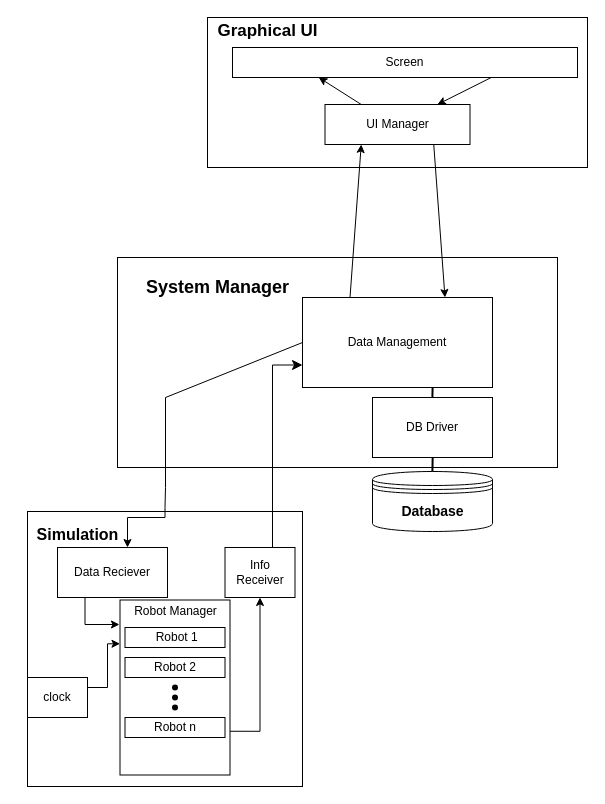
Before: docs/design/Architecture_Diagram/Architecture_Diagram.drawio in ur-swe-fa24/main-project-scrum-heads, a draw.io diagram. Source tidied: cells renumbered, new cells numbered last; positions are measured from the earlier drawing's top-left corner, leaving out a move shared by most shapes. Both pictures are drawn from the tidied source at 100%, with x=0, y=0 at pixel (17, 17).
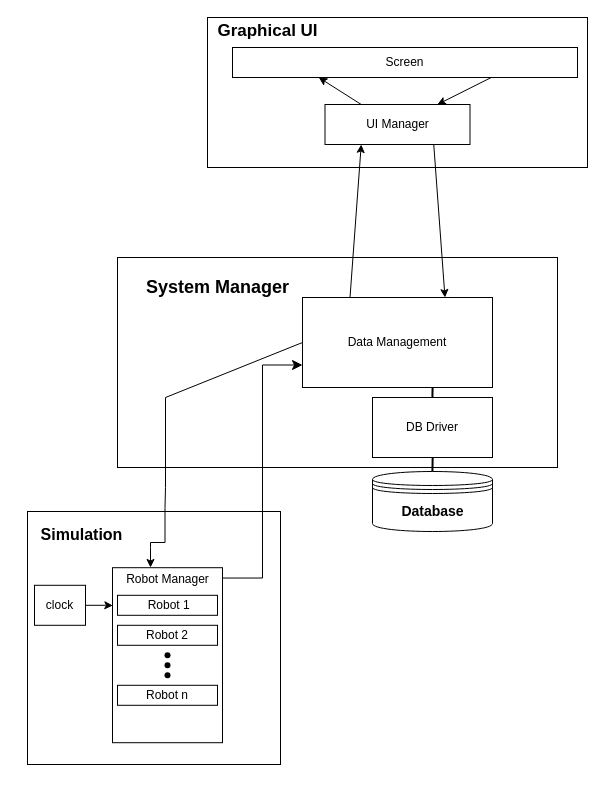
Above is the later version.

The change refers to these unchanged cells:
```xml
<mxCell id="7" value="Data Management" style="rounded=0;whiteSpace=wrap;html=1;" parent="1" vertex="1">
  <mxGeometry x="285" y="280" width="190" height="90" as="geometry" />
</mxCell>
```

What changed in the source:
```diff
@@
     <mxCell id="3" style="whiteSpace=wrap;html=1;" parent="1" vertex="1">
-      <mxGeometry x="10" y="494" width="275" height="275" as="geometry" />
+      <mxGeometry x="10" y="494" width="253" height="253" as="geometry" />
     </mxCell>
@@
     <mxCell id="10" style="edgeStyle=orthogonalEdgeStyle;rounded=0;orthogonalLoop=1;jettySize=auto;html=1;exitX=0.5;exitY=0;exitDx=0;exitDy=0;" parent="1" edge="1">
       <mxGeometry relative="1" as="geometry">
         <mxPoint x="147.5" y="490" as="sourcePoint" />
-        <mxPoint x="110" y="530" as="targetPoint" />
+        <mxPoint x="133" y="550" as="targetPoint" />
         <Array as="points">
-          <mxPoint x="148" y="500" />
-          <mxPoint x="110" y="500" />
+          <mxPoint x="148" y="525" />
+          <mxPoint x="133" y="525" />
+          <mxPoint x="133" y="530" />
         </Array>
       </mxGeometry>
     </mxCell>
-    <mxCell id="11" style="edgeStyle=orthogonalEdgeStyle;rounded=0;jettySize=auto;html=1;exitX=1;exitY=0.25;exitDx=0;exitDy=0;entryX=0;entryY=0.25;entryDx=0;entryDy=0;" parent="1" edge="1" source="12" target="16">
-      <mxGeometry relative="1" as="geometry">
-        <Array as="points">
-          <mxPoint x="90" y="670" />
-          <mxPoint x="90" y="626" />
-        </Array>
-      </mxGeometry>
-    </mxCell>
     <mxCell id="12" value="clock" style="rounded=0;whiteSpace=wrap;html=1;" parent="1" vertex="1">
-      <mxGeometry x="10" y="660" width="60" height="40" as="geometry" />
+      <mxGeometry x="17" y="567.8" width="51" height="40" as="geometry" />
     </mxCell>
-    <mxCell id="13" value="Data Reciever" style="rounded=0;whiteSpace=wrap;html=1;" parent="1" vertex="1">
-      <mxGeometry x="40" y="530" width="110" height="50" as="geometry" />
-    </mxCell>
-    <mxCell id="14" value="Info Receiver" style="rounded=0;whiteSpace=wrap;html=1;" parent="1" vertex="1">
-      <mxGeometry x="207.5" y="530" width="70" height="50" as="geometry" />
-    </mxCell>
-    <mxCell id="15" style="edgeStyle=orthogonalEdgeStyle;rounded=0;jettySize=auto;html=1;exitX=1;exitY=0.75;exitDx=0;exitDy=0;" parent="1" edge="1" source="16" target="14">
-      <mxGeometry relative="1" as="geometry" />
-    </mxCell>
     <mxCell id="16" style="rounded=0;whiteSpace=wrap;html=1;" parent="1" vertex="1">
-      <mxGeometry x="102.5" y="582.5" width="110" height="175" as="geometry" />
+      <mxGeometry x="95" y="550.2" width="110" height="175" as="geometry" />
     </mxCell>
     <mxCell id="17" value="&amp;nbsp;Robot 1" style="rounded=0;whiteSpace=wrap;html=1;" parent="1" vertex="1">
-      <mxGeometry x="107.5" y="610" width="100" height="20" as="geometry" />
+      <mxGeometry x="100" y="577.8" width="100" height="20" as="geometry" />
     </mxCell>
     <mxCell id="18" value="Robot 2" style="rounded=0;whiteSpace=wrap;html=1;" parent="1" vertex="1">
-      <mxGeometry x="107.5" y="640" width="100" height="20" as="geometry" />
+      <mxGeometry x="100" y="607.8" width="100" height="20" as="geometry" />
     </mxCell>
     <mxCell id="19" value="Robot n" style="rounded=0;whiteSpace=wrap;html=1;" parent="1" vertex="1">
-      <mxGeometry x="107.5" y="700" width="100" height="20" as="geometry" />
+      <mxGeometry x="100" y="667.8" width="100" height="20" as="geometry" />
     </mxCell>
@@
     <mxCell id="21" value="Simulation" style="text;strokeColor=none;fillColor=none;html=1;fontSize=16;fontStyle=1;verticalAlign=middle;align=center;" parent="1" vertex="1">
-      <mxGeometry y="504" width="120" height="26" as="geometry" />
+      <mxGeometry x="4" y="504" width="120" height="26" as="geometry" />
     </mxCell>
@@
     <mxCell id="27" style="shape=waypoint;sketch=0;fillStyle=solid;size=6;fillColor=none;perimeter=centerPerimeter;" parent="1" vertex="1">
-      <mxGeometry x="147.5" y="660" width="20" height="20" as="geometry" />
+      <mxGeometry x="140" y="627.8" width="20" height="20" as="geometry" />
     </mxCell>
     <mxCell id="28" style="shape=waypoint;sketch=0;fillStyle=solid;size=6;fillColor=none;perimeter=centerPerimeter;" parent="1" vertex="1">
-      <mxGeometry x="147.5" y="670" width="20" height="20" as="geometry" />
+      <mxGeometry x="140" y="637.8" width="20" height="20" as="geometry" />
     </mxCell>
     <mxCell id="29" style="shape=waypoint;sketch=0;fillStyle=solid;size=6;fillColor=none;perimeter=centerPerimeter;" parent="1" vertex="1">
-      <mxGeometry x="147.5" y="680" width="20" height="20" as="geometry" />
+      <mxGeometry x="140" y="647.8" width="20" height="20" as="geometry" />
     </mxCell>
-    <mxCell id="30" style="edgeStyle=elbowEdgeStyle;elbow=horizontal;endArrow=classic;html=1;curved=0;rounded=0;endSize=8;startSize=8;exitX=0.25;exitY=0;exitDx=0;exitDy=0;entryX=0;entryY=0.75;entryDx=0;entryDy=0;" parent="1" edge="1" source="14" target="7">
+    <mxCell id="30" style="edgeStyle=elbowEdgeStyle;elbow=horizontal;endArrow=classic;html=1;curved=0;rounded=0;endSize=8;startSize=8;exitX=0.995;exitY=0.059;exitDx=0;exitDy=0;entryX=0;entryY=0.75;entryDx=0;entryDy=0;exitPerimeter=0;" parent="1" edge="1" source="16" target="7">
       <mxGeometry relative="1" as="geometry" />
     </mxCell>
     <mxCell id="31" value="&lt;span style=&quot;font-weight: normal;&quot;&gt;&lt;font style=&quot;font-size: 12px;&quot;&gt;Robot Manager&lt;/font&gt;&lt;/span&gt;" style="text;strokeColor=none;fillColor=none;html=1;fontSize=24;fontStyle=1;verticalAlign=middle;align=center;" parent="1" vertex="1">
-      <mxGeometry x="107.5" y="570" width="100" height="40" as="geometry" />
+      <mxGeometry x="100" y="537.8" width="100" height="40" as="geometry" />
     </mxCell>
-    <mxCell id="32" style="edgeStyle=orthogonalEdgeStyle;rounded=0;jettySize=auto;html=1;exitX=0.25;exitY=1;exitDx=0;exitDy=0;entryX=-0.005;entryY=0.14;entryDx=0;entryDy=0;entryPerimeter=0;" parent="1" edge="1" source="13" target="16">
-      <mxGeometry relative="1" as="geometry" />
-    </mxCell>
@@
+    <mxCell id="11" style="edgeStyle=orthogonalEdgeStyle;rounded=0;jettySize=auto;html=1;entryX=0.003;entryY=0.216;entryDx=0;entryDy=0;entryPerimeter=0;" parent="1" edge="1" source="12" target="16">
+      <mxGeometry relative="1" as="geometry" />
+    </mxCell>
```
